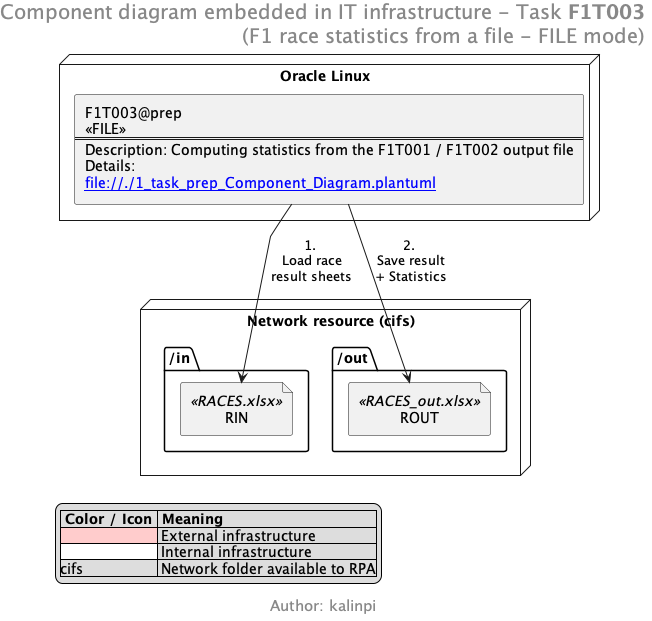
This is file/f1t003/docs/EN/0_tasks_Infrastructure.png from kalinpi/f1-rpa, a PlantUML export, as it was before one commit.
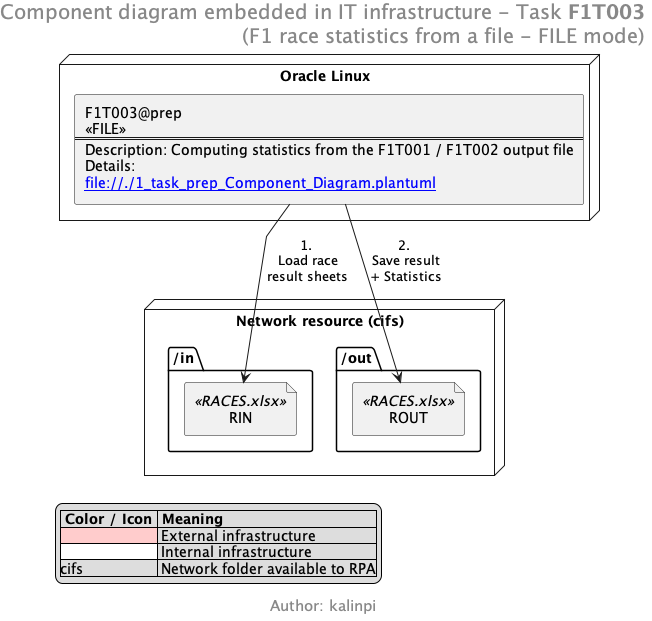
After the commit.

What changed in the source:
```diff
@@ -26,7 +26,7 @@
     file RIN <<RACES.xlsx>>
     }
   folder out_folder as "/out" {
-    file ROUT <<RACES_out.xlsx>>
+    file ROUT <<RACES.xlsx>>
     }
 }
 
```
